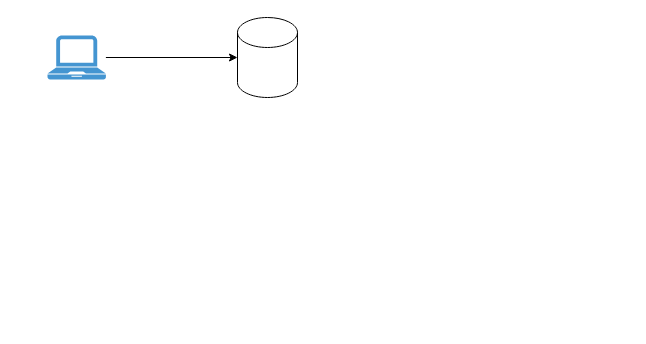
bijoythomask/documentaion keeps this draw.io diagram as Untitled Diagram.drawio. Above is the earlier version. Source tidied: cells renumbered, new cells numbered last; positions are measured from the earlier drawing's top-left corner, leaving out a move shared by most shapes. Both pictures are drawn from the tidied source at 100%, with x=0, y=0 at pixel (47, 17).
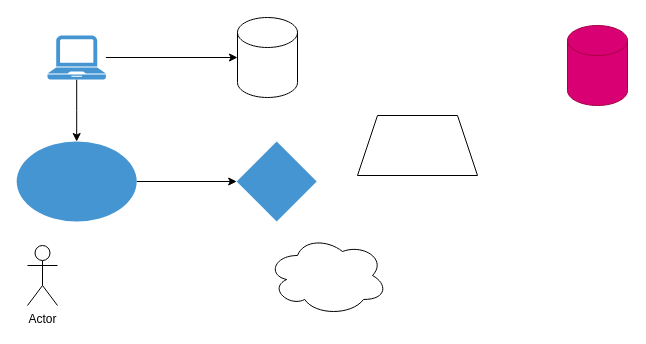
The same diagram, later.

What changed in the source:
```diff
@@
 <mxGraphModel>
   <root>
     <mxCell id="0" />
     <mxCell id="1" parent="0" />
     <mxCell id="2" style="shape=cylinder2;whiteSpace=wrap;html=1;boundedLbl=1;backgroundOutline=1;size=15;" parent="1" vertex="1">
       <mxGeometry x="190" width="60" height="80" as="geometry" />
     </mxCell>
     <mxCell id="3" style="edgeStyle=orthogonalEdgeStyle;rounded=0;jettySize=auto;html=1;" parent="1" edge="1" source="4" target="2">
       <mxGeometry relative="1" as="geometry" />
     </mxCell>
+    <mxCell id="5" style="edgeStyle=orthogonalEdgeStyle;rounded=0;jettySize=auto;html=1;" parent="1" edge="1" source="4" target="7">
+      <mxGeometry relative="1" as="geometry" />
+    </mxCell>
     <mxCell id="4" style="shadow=0;dashed=0;html=1;strokeColor=none;fillColor=#4495D1;labelPosition=center;verticalLabelPosition=bottom;verticalAlign=top;align=center;outlineConnect=0;shape=mxgraph.veeam.laptop;" parent="1" vertex="1">
       <mxGeometry y="18" width="58.4" height="44" as="geometry" />
     </mxCell>
+    <mxCell id="6" style="edgeStyle=orthogonalEdgeStyle;rounded=0;jettySize=auto;html=1;" parent="1" edge="1" source="7" target="8">
+      <mxGeometry relative="1" as="geometry" />
+    </mxCell>
+    <mxCell id="7" style="ellipse;whiteSpace=wrap;html=1;shadow=0;dashed=0;verticalAlign=top;strokeColor=none;fillColor=#4495D1;" parent="1" vertex="1">
+      <mxGeometry x="-30.8" y="124" width="120" height="80" as="geometry" />
+    </mxCell>
+    <mxCell id="8" style="rhombus;whiteSpace=wrap;html=1;shadow=0;dashed=0;verticalAlign=top;strokeColor=none;fillColor=#4495D1;" parent="1" vertex="1">
+      <mxGeometry x="189.2" y="124" width="80" height="80" as="geometry" />
+    </mxCell>
+    <mxCell id="9" style="ellipse;shape=cloud;whiteSpace=wrap;html=1;" parent="1" vertex="1">
+      <mxGeometry x="220" y="218" width="120" height="80" as="geometry" />
+    </mxCell>
+    <mxCell id="10" style="shape=trapezoid;perimeter=trapezoidPerimeter;whiteSpace=wrap;html=1;fixedSize=1;" parent="1" vertex="1">
+      <mxGeometry x="310" y="98" width="120" height="60" as="geometry" />
+    </mxCell>
+    <mxCell id="11" style="shape=cylinder2;whiteSpace=wrap;html=1;boundedLbl=1;backgroundOutline=1;size=15;fillColor=#d80073;strokeColor=#A50040;fontColor=#ffffff;" parent="1" vertex="1">
+      <mxGeometry x="520" y="8" width="60" height="80" as="geometry" />
+    </mxCell>
+    <mxCell id="12" value="Actor" style="shape=umlActor;verticalLabelPosition=bottom;verticalAlign=top;html=1;" parent="1" vertex="1">
+      <mxGeometry x="-20" y="228" width="30" height="60" as="geometry" />
+    </mxCell>
   </root>
 </mxGraphModel>
```
